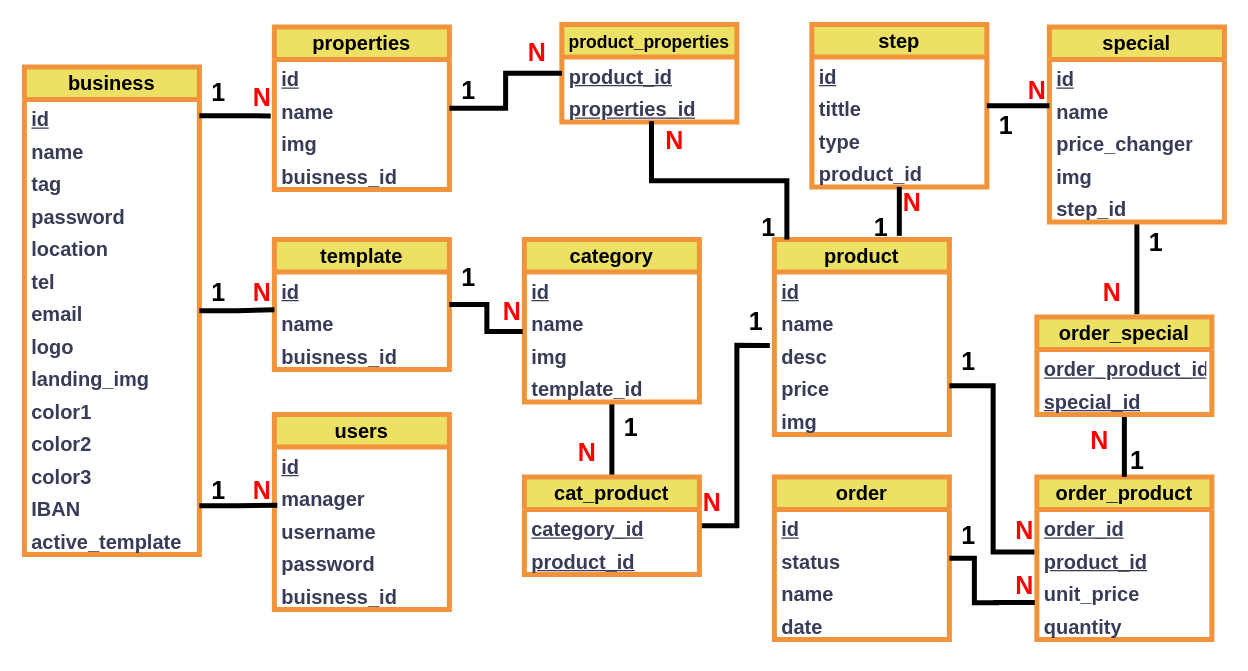
Above: src/bbdd.drawio in Guitogom/forkkies (draw.io), before the change. Source tidied: cells renumbered, new cells numbered last; positions are measured from the earlier drawing's top-left corner, leaving out a move shared by most shapes. Both pictures are drawn from the tidied source at 125%, with x=0, y=0 at pixel (24, 24).
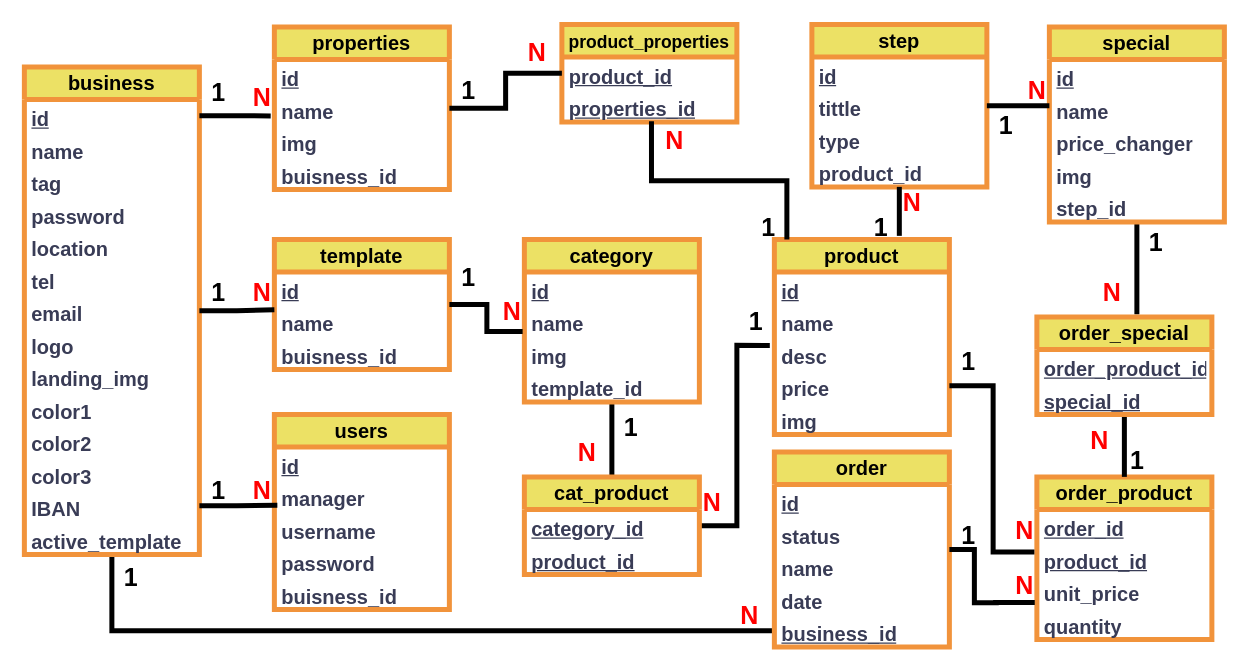
Above is the later version.

Unchanged cells that the change refers to:
```xml
<mxCell id="2" value="business" style="swimlane;fontStyle=1;horizontal=1;startSize=26;fillColor=#ece165;whiteSpace=wrap;html=1;strokeColor=#f1933b;labelBackgroundColor=none;gradientColor=none;strokeWidth=4;fontSize=16;" parent="1" vertex="1">
  <mxGeometry y="34" width="140" height="390" as="geometry" />
</mxCell>
```

Change to the diagram source:
```diff
@@
+    <mxCell id="116" style="edgeStyle=orthogonalEdgeStyle;rounded=0;jettySize=auto;html=1;entryX=0;entryY=0.5;entryDx=0;entryDy=0;fontSize=16;endArrow=none;endFill=0;strokeWidth=4;" parent="1" edge="1" source="2" target="117">
+      <mxGeometry relative="1" as="geometry" />
+    </mxCell>
@@
     <mxCell id="49" value="order" style="swimlane;fontStyle=1;horizontal=1;startSize=26;fillColor=#ece165;whiteSpace=wrap;html=1;strokeColor=#f1933b;labelBackgroundColor=none;gradientColor=none;strokeWidth=4;fontSize=16;" parent="1" vertex="1">
-      <mxGeometry x="600" y="362" width="140" height="130" as="geometry" />
+      <mxGeometry x="600" y="342" width="140" height="156" as="geometry" />
     </mxCell>
@@
+    <mxCell id="117" value="business_id" style="text;strokeColor=none;fillColor=none;align=left;verticalAlign=top;spacingLeft=4;spacingRight=4;overflow=hidden;points=[[0,0.5],[1,0.5]];portConstraint=eastwest;whiteSpace=wrap;html=1;fontColor=#393C56;labelBackgroundColor=none;strokeWidth=4;fontSize=16;fontStyle=5;" parent="49" vertex="1">
+      <mxGeometry y="130" width="140" height="26" as="geometry" />
+    </mxCell>
@@
+    <mxCell id="118" value="&lt;font size=&quot;1&quot; color=&quot;#ff0000&quot;&gt;&lt;b style=&quot;font-size: 20px;&quot;&gt;N&lt;/b&gt;&lt;/font&gt;" style="text;html=1;align=center;verticalAlign=middle;strokeColor=none;fillColor=none;" parent="1" vertex="1">
+      <mxGeometry x="560" y="452" width="40" height="40" as="geometry" />
+    </mxCell>
+    <mxCell id="119" value="&lt;font size=&quot;1&quot;&gt;&lt;b style=&quot;font-size: 20px;&quot;&gt;1&lt;/b&gt;&lt;/font&gt;" style="text;html=1;align=center;verticalAlign=middle;strokeColor=none;fillColor=none;" parent="1" vertex="1">
+      <mxGeometry x="70" y="422" width="30" height="40" as="geometry" />
+    </mxCell>
```
